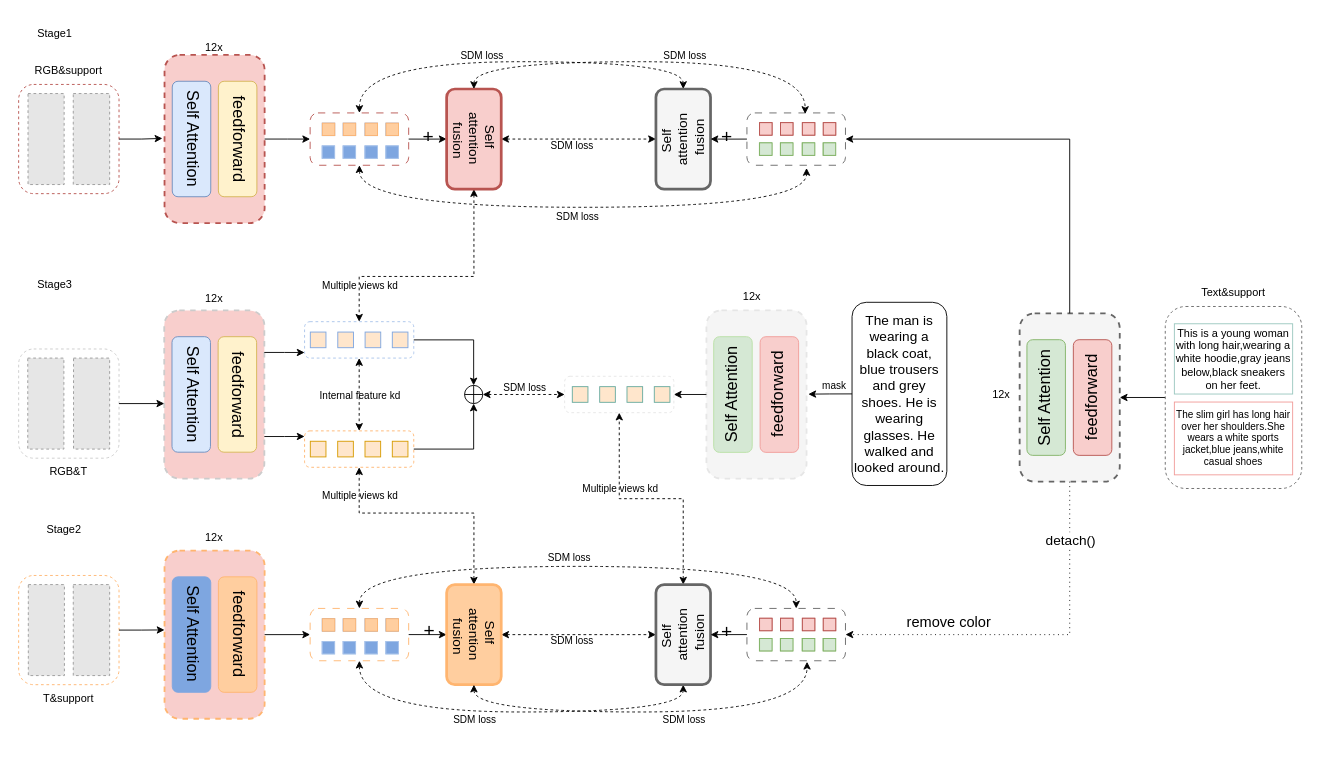
This is 11.25mulkd.drawio from CZYdeGithub/drawio, a draw.io file, before an edit. Source tidied: cells renumbered, new cells numbered last; positions are measured from the earlier drawing's top-left corner, leaving out a move shared by most shapes. Both pictures are drawn from the tidied source at 91%, with x=0, y=0 at pixel (18, 20). Pictures stored in the file or linked from it are replaced by grey dashed boxes.
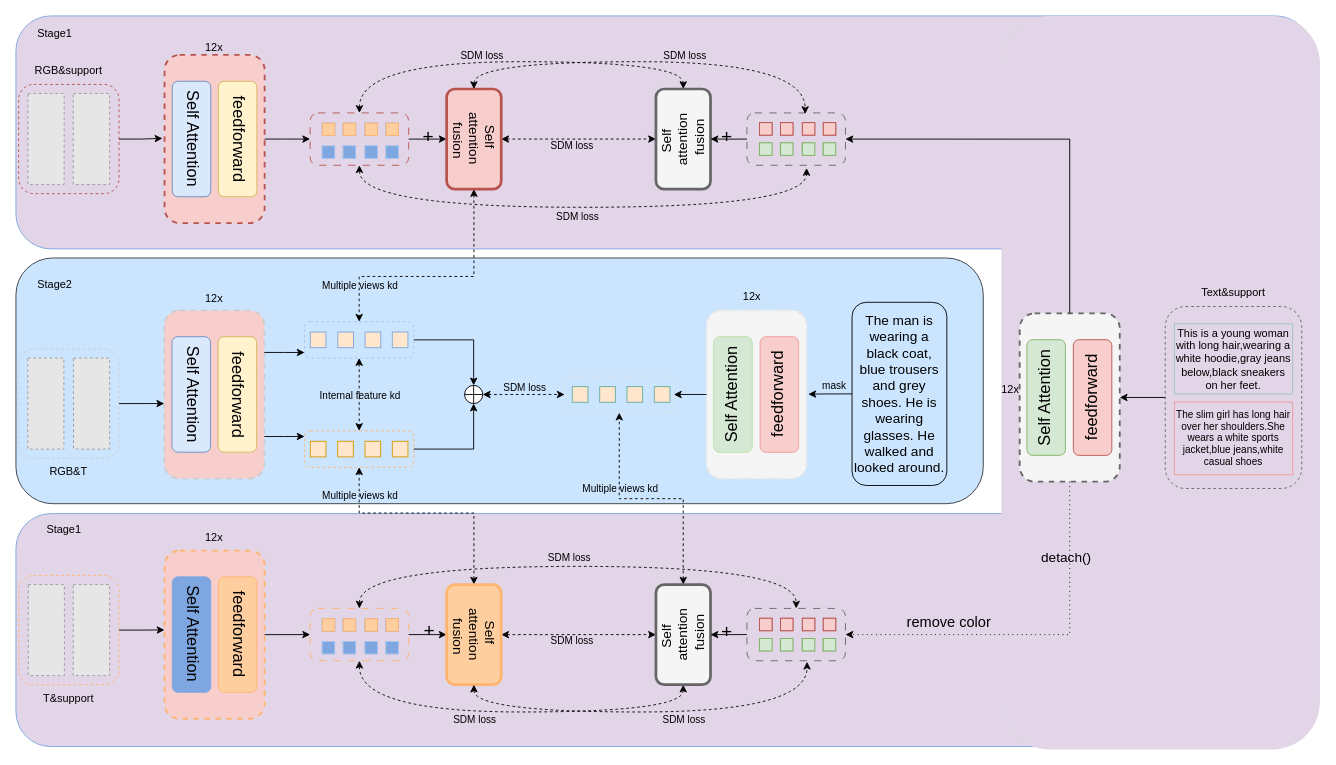
The same page after the edit.

The change refers to these unchanged cells:
```xml
<mxCell id="190" style="edgeStyle=orthogonalEdgeStyle;rounded=0;jettySize=auto;html=1;exitX=0.5;exitY=1;exitDx=0;exitDy=0;entryX=1;entryY=0.5;entryDx=0;entryDy=0;dashed=1;dashPattern=1 4;" parent="1" edge="1" source="23" target="160">
  <mxGeometry relative="1" as="geometry" />
</mxCell>
```

Change to the diagram source:
```diff
@@
+    <mxCell id="193" style="rounded=1;whiteSpace=wrap;html=1;fillColor=#cce5ff;strokeColor=#36393d;fillStyle=auto;gradientDirection=radial;" parent="1" vertex="1">
+      <mxGeometry x="-3" y="261" width="1063" height="270" as="geometry" />
+    </mxCell>
+    <mxCell id="194" style="rounded=1;whiteSpace=wrap;html=1;fillColor=#E1D5E7;strokeColor=#7EA6E0;" parent="1" vertex="1">
+      <mxGeometry x="-3" y="541.9" width="1423" height="256" as="geometry" />
+    </mxCell>
+    <mxCell id="195" style="rounded=1;whiteSpace=wrap;html=1;fillColor=#E1D5E7;strokeColor=#7EA6E0;" parent="1" vertex="1">
+      <mxGeometry x="-3" y="-5" width="1423" height="256" as="geometry" />
+    </mxCell>
+    <mxCell id="196" style="rounded=1;whiteSpace=wrap;html=1;fillColor=#E1D5E7;strokeColor=none;direction=south;" parent="1" vertex="1">
+      <mxGeometry x="1080" y="-5" width="350" height="806" as="geometry" />
+    </mxCell>
@@
-    <mxCell id="119" value="Stage3" style="text;html=1;align=center;verticalAlign=middle;whiteSpace=wrap;rounded=0;" parent="1" vertex="1">
+    <mxCell id="119" value="Stage2" style="text;html=1;align=center;verticalAlign=middle;whiteSpace=wrap;rounded=0;" parent="1" vertex="1">
       <mxGeometry x="10" y="276" width="60" height="30" as="geometry" />
     </mxCell>
@@
     <mxCell id="125" value="12x" style="text;html=1;align=center;verticalAlign=middle;whiteSpace=wrap;rounded=0;" parent="1" vertex="1">
-      <mxGeometry x="1050" y="396" width="60" height="30" as="geometry" />
+      <mxGeometry x="1060" y="391" width="60" height="30" as="geometry" />
     </mxCell>
@@
-    <mxCell id="188" value="Stage2" style="text;html=1;align=center;verticalAlign=middle;whiteSpace=wrap;rounded=0;" parent="1" vertex="1">
+    <mxCell id="188" value="Stage1" style="text;html=1;align=center;verticalAlign=middle;whiteSpace=wrap;rounded=0;" parent="1" vertex="1">
       <mxGeometry x="20" y="544.9" width="60" height="30" as="geometry" />
     </mxCell>
@@
-    <mxCell id="191" value="detach()" style="edgeLabel;html=1;align=center;verticalAlign=middle;fontSize=15;" parent="190" vertex="1">
-      <mxGeometry x="-0.69" relative="1" as="geometry" />
+    <mxCell id="191" value="detach()" style="edgeLabel;html=1;align=center;verticalAlign=middle;fontSize=15;labelBackgroundColor=none;" parent="190" vertex="1">
+      <mxGeometry x="-0.69" relative="1" as="geometry">
+        <mxPoint x="-5" y="19" as="offset" />
+      </mxGeometry>
     </mxCell>
-    <mxCell id="192" value="remove color" style="edgeLabel;html=1;align=center;verticalAlign=middle;fontSize=16;" parent="190" vertex="1">
+    <mxCell id="192" value="remove color" style="edgeLabel;html=1;align=center;verticalAlign=middle;fontSize=16;labelBackgroundColor=none;" parent="190" vertex="1">
       <mxGeometry x="0.44" relative="1" as="geometry">
         <mxPoint x="-4" y="-14" as="offset" />
       </mxGeometry>
     </mxCell>
```
